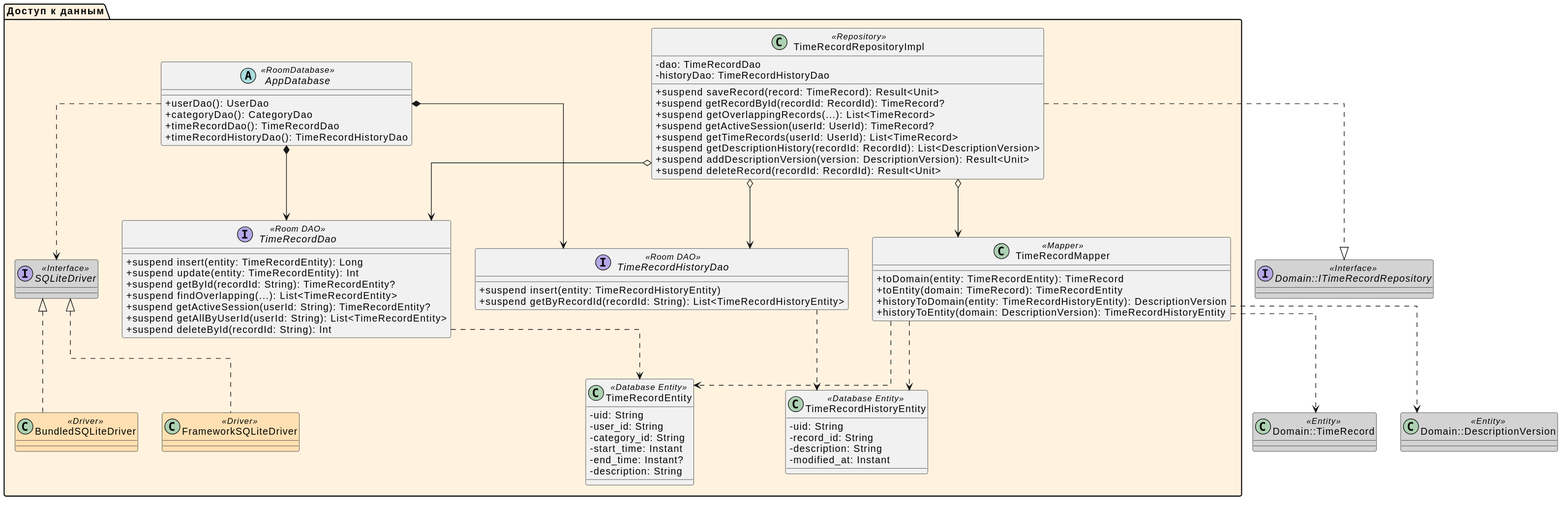
Earlier version of the PlantUML export docs/L4_data.svg (da-fuu/IU7_7sem_Web).
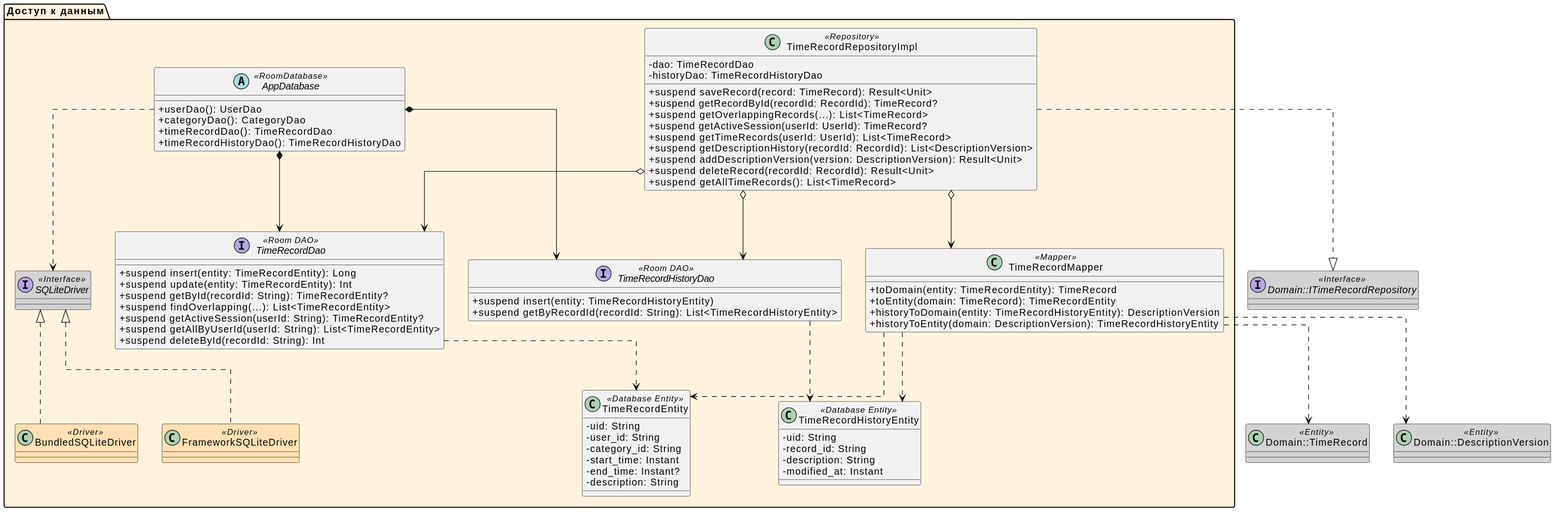
Above is the later version.

The edit, as a diff of the source:
```diff
@@ -63,6 +63,7 @@
         + suspend getDescriptionHistory(recordId: RecordId): List<DescriptionVersion>
         + suspend addDescriptionVersion(version: DescriptionVersion): Result<Unit>
         + suspend deleteRecord(recordId: RecordId): Result<Unit>
+        + suspend getAllTimeRecords(): List<TimeRecord>
     }
 
     interface SQLiteDriver <<Interface>> #LightGray
```
